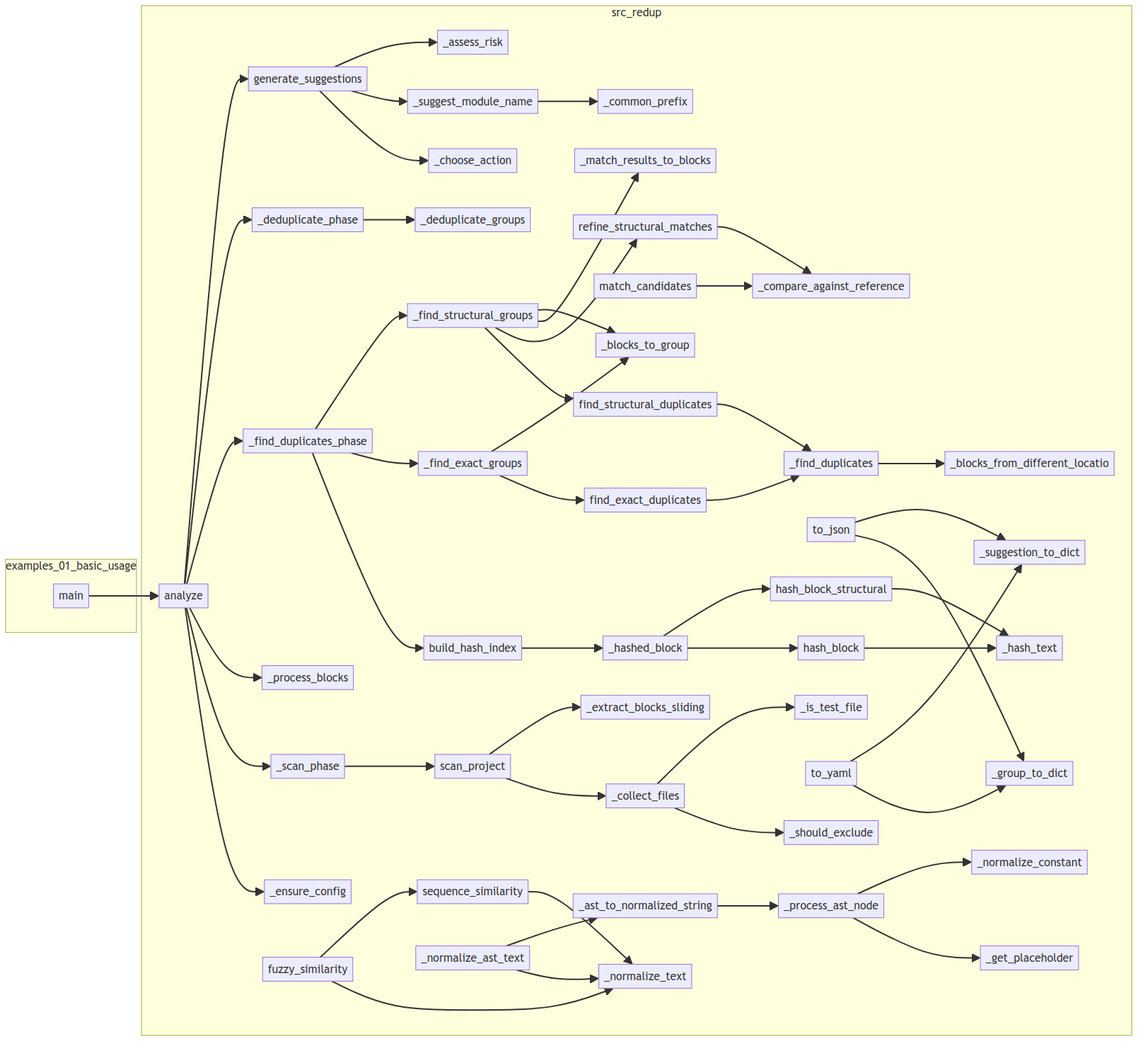
semcod/redup keeps this Mermaid diagram as project/calls.png. Above is the earlier version. Its source is kept beside it as project/calls.mmd.
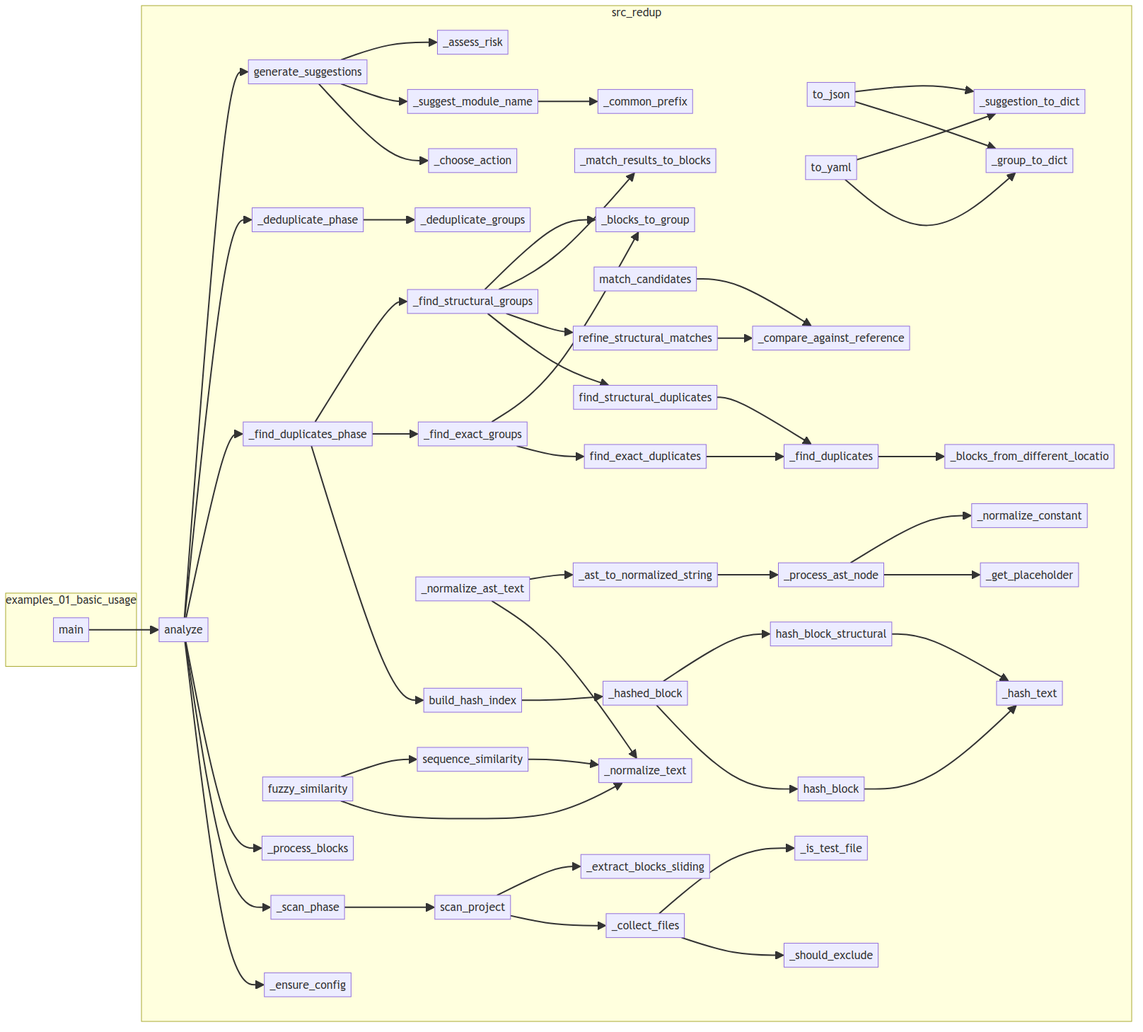
After the commit.

Diff of the diagram source:
```diff
@@ -3,51 +3,51 @@
         examples__01_basic_usage__main["main"]
     end
     subgraph src_redup
-        src___ast_to_normalized_string["_ast_to_normalized_string"]
+        src__redup__core__planner___common_prefix["_common_prefix"]
+        src__redup__core__planner___assess_risk["_assess_risk"]
+        src__redup__core__hasher__find_exact_duplicates["find_exact_duplicates"]
         src__redup__core__hasher___normalize_text["_normalize_text"]
+        src__redup__core__planner___suggest_module_name["_suggest_module_name"]
+        src__redup__core__pipeline___deduplicate_groups["_deduplicate_groups"]
+        src__redup__core__matcher__sequence_similarity["sequence_similarity"]
+        src__redup__core__matcher__match_candidates["match_candidates"]
+        src__redup__core__pipeline___find_duplicates_phase["_find_duplicates_phase"]
+        src__redup__core__hasher___hashed_block["_hashed_block"]
+        src__redup__core__pipeline___ensure_config["_ensure_config"]
+        src__redup__reporters__json_reporter__to_json["to_json"]
+        src__redup__core__hasher___normalize_constant["_normalize_constant"]
+        src__redup__core__scanner___extract_blocks_sliding["_extract_blocks_sliding"]
+        src__redup__core__pipeline___find_exact_groups["_find_exact_groups"]
+        src__redup__reporters__yaml_reporter__to_yaml["to_yaml"]
+        src__refine_structural_matches["refine_structural_matches"]
+        src__redup__core__pipeline___deduplicate_phase["_deduplicate_phase"]
         src___match_results_to_blocks["_match_results_to_blocks"]
-        src__redup__core__matcher__match_candidates["match_candidates"]
-        src__redup__core__planner__generate_suggestions["generate_suggestions"]
-        src__redup__core__pipeline___deduplicate_phase["_deduplicate_phase"]
-        src__redup__core__pipeline___ensure_config["_ensure_config"]
-        src__redup__core__hasher__find_exact_duplicates["find_exact_duplicates"]
-        src__redup__core__matcher__sequence_similarity["sequence_similarity"]
         src__redup__core__hasher__hash_block_structural["hash_block_structural"]
         src__redup__core__scanner___collect_files["_collect_files"]
+        src___ast_to_normalized_string["_ast_to_normalized_string"]
+        src__redup__core__planner___choose_action["_choose_action"]
+        src__redup__core__matcher__fuzzy_similarity["fuzzy_similarity"]
+        src__redup__core__scanner___is_test_file["_is_test_file"]
+        src___suggestion_to_dict["_suggestion_to_dict"]
+        src__redup__core__pipeline__analyze["analyze"]
+        src__redup__core__pipeline___blocks_to_group["_blocks_to_group"]
+        src__redup__core__hasher___hash_text["_hash_text"]
+        src___compare_against_reference["_compare_against_reference"]
+        src__redup__core__hasher___normalize_ast_text["_normalize_ast_text"]
+        src__redup__core__hasher___process_ast_node["_process_ast_node"]
+        src___find_structural_groups["_find_structural_groups"]
+        src__redup__core__hasher___find_duplicates["_find_duplicates"]
+        src__redup__core__pipeline___process_blocks["_process_blocks"]
+        src___blocks_from_different_locations["_blocks_from_different_locatio"]
+        src__redup__core__pipeline___scan_phase["_scan_phase"]
+        src__find_structural_duplicates["find_structural_duplicates"]
+        src___group_to_dict["_group_to_dict"]
+        src__redup__core__hasher__hash_block["hash_block"]
+        src__redup__core__hasher__build_hash_index["build_hash_index"]
+        src__redup__core__scanner___should_exclude["_should_exclude"]
         src__redup__core__hasher___get_placeholder["_get_placeholder"]
-        src__redup__core__hasher__hash_block["hash_block"]
-        src__redup__core__scanner___extract_blocks_sliding["_extract_blocks_sliding"]
-        src__redup__core__pipeline___find_exact_groups["_find_exact_groups"]
-        src__redup__core__planner___assess_risk["_assess_risk"]
-        src__redup__core__hasher___normalize_constant["_normalize_constant"]
-        src___blocks_from_different_locations["_blocks_from_different_locatio"]
-        src__redup__core__pipeline__analyze["analyze"]
-        src___suggestion_to_dict["_suggestion_to_dict"]
-        src__redup__core__pipeline___scan_phase["_scan_phase"]
-        src__redup__reporters__json_reporter__to_json["to_json"]
-        src___group_to_dict["_group_to_dict"]
-        src__redup__core__planner___common_prefix["_common_prefix"]
-        src__redup__core__hasher___hash_text["_hash_text"]
-        src__redup__core__pipeline___find_duplicates_phase["_find_duplicates_phase"]
-        src__redup__core__planner___choose_action["_choose_action"]
+        src__redup__core__planner__generate_suggestions["generate_suggestions"]
         src__redup__core__scanner__scan_project["scan_project"]
-        src__redup__core__planner___suggest_module_name["_suggest_module_name"]
-        src__redup__core__pipeline___process_blocks["_process_blocks"]
-        src__redup__core__scanner___is_test_file["_is_test_file"]
-        src__find_structural_duplicates["find_structural_duplicates"]
-        src__redup__core__scanner___should_exclude["_should_exclude"]
-        src___find_structural_groups["_find_structural_groups"]
-        src__redup__core__pipeline___blocks_to_group["_blocks_to_group"]
-        src__redup__core__pipeline___deduplicate_groups["_deduplicate_groups"]
-        src__refine_structural_matches["refine_structural_matches"]
-        src___compare_against_reference["_compare_against_reference"]
-        src__redup__core__hasher__build_hash_index["build_hash_index"]
-        src__redup__reporters__yaml_reporter__to_yaml["to_yaml"]
-        src__redup__core__hasher___hashed_block["_hashed_block"]
-        src__redup__core__matcher__fuzzy_similarity["fuzzy_similarity"]
-        src__redup__core__hasher___process_ast_node["_process_ast_node"]
-        src__redup__core__hasher___find_duplicates["_find_duplicates"]
-        src__redup__core__hasher___normalize_ast_text["_normalize_ast_text"]
     end
     examples__01_basic_usage__main --> src__redup__core__pipeline__analyze
     src__redup__core__planner___suggest_module_name --> src__redup__core__planner___common_prefix
```
